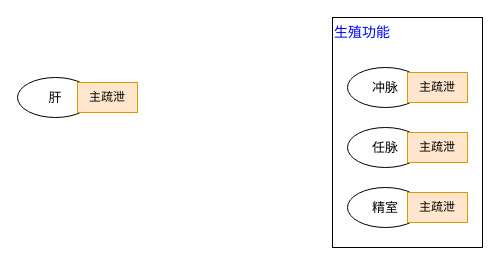
This is 医门推敲叁/中医藏象学说/藏象学说之肝/肝的生理功能/005肝的调节生殖功能.drawio from 328507133/chart, a draw.io file, before an edit. Source tidied: cells renumbered, new cells numbered last; positions are measured from the earlier drawing's top-left corner, leaving out a move shared by most shapes. Both pictures are drawn from the tidied source at 100%, with x=0, y=0 at pixel (17, 17).
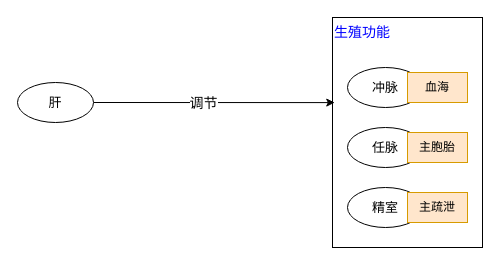
Above is the later version.

Commit message (it also covers changes not shown here):
更新005肝的调节生殖功能.drawio

Diff of the diagram source:
```diff
@@
 <mxGraphModel>
   <root>
     <mxCell id="0" />
     <mxCell id="1" parent="0" />
     <mxCell id="2" style="rounded=0;whiteSpace=wrap;html=1;" parent="1" vertex="1">
       <mxGeometry x="315" width="150" height="230" as="geometry" />
     </mxCell>
-    <mxCell id="3" style="group;" parent="1" vertex="1">
-      <mxGeometry y="60" width="120" height="40" as="geometry" />
-    </mxCell>
-    <mxCell id="4" value="肝" style="ellipse;whiteSpace=wrap;html=1;fontSize=13;" parent="3" vertex="1">
-      <mxGeometry width="76" height="40" as="geometry" />
-    </mxCell>
-    <mxCell id="5" style="endArrow=classic;html=1;rounded=0;exitX=1;exitY=0.5;exitDx=0;exitDy=0;" parent="3" edge="1" source="4" target="6">
-      <mxGeometry relative="1" as="geometry" />
-    </mxCell>
-    <mxCell id="6" value="主疏泄" style="text;html=1;strokeColor=#d79b00;fillColor=#ffe6cc;align=center;verticalAlign=middle;whiteSpace=wrap;rounded=0;" parent="3" vertex="1">
-      <mxGeometry x="60" y="5" width="60" height="30" as="geometry" />
-    </mxCell>
     <mxCell id="7" style="group;" parent="1" vertex="1">
       <mxGeometry x="330" y="50" width="120" height="40" as="geometry" />
     </mxCell>
     <mxCell id="8" value="冲脉" style="ellipse;whiteSpace=wrap;html=1;fontSize=13;" parent="7" vertex="1">
       <mxGeometry width="76" height="40" as="geometry" />
     </mxCell>
     <mxCell id="9" style="endArrow=classic;html=1;rounded=0;exitX=1;exitY=0.5;exitDx=0;exitDy=0;" parent="7" edge="1" source="8" target="10">
       <mxGeometry relative="1" as="geometry" />
     </mxCell>
-    <mxCell id="10" value="主疏泄" style="text;html=1;strokeColor=#d79b00;fillColor=#ffe6cc;align=center;verticalAlign=middle;whiteSpace=wrap;rounded=0;" parent="7" vertex="1">
+    <mxCell id="10" value="血海" style="text;html=1;strokeColor=#d79b00;fillColor=#ffe6cc;align=center;verticalAlign=middle;whiteSpace=wrap;rounded=0;" parent="7" vertex="1">
       <mxGeometry x="60" y="5" width="60" height="30" as="geometry" />
     </mxCell>
     <mxCell id="11" style="group;" parent="1" vertex="1">
       <mxGeometry x="330" y="110" width="120" height="40" as="geometry" />
     </mxCell>
     <mxCell id="12" value="任脉" style="ellipse;whiteSpace=wrap;html=1;fontSize=13;" parent="11" vertex="1">
       <mxGeometry width="76" height="40" as="geometry" />
     </mxCell>
     <mxCell id="13" style="endArrow=classic;html=1;rounded=0;exitX=1;exitY=0.5;exitDx=0;exitDy=0;" parent="11" edge="1" source="12" target="14">
       <mxGeometry relative="1" as="geometry" />
     </mxCell>
-    <mxCell id="14" value="主疏泄" style="text;html=1;strokeColor=#d79b00;fillColor=#ffe6cc;align=center;verticalAlign=middle;whiteSpace=wrap;rounded=0;" parent="11" vertex="1">
+    <mxCell id="14" value="主胞胎" style="text;html=1;strokeColor=#d79b00;fillColor=#ffe6cc;align=center;verticalAlign=middle;whiteSpace=wrap;rounded=0;" parent="11" vertex="1">
       <mxGeometry x="60" y="5" width="60" height="30" as="geometry" />
     </mxCell>
     <mxCell id="15" style="group;" parent="1" vertex="1">
       <mxGeometry x="330" y="170" width="120" height="40" as="geometry" />
     </mxCell>
     <mxCell id="16" value="精室" style="ellipse;whiteSpace=wrap;html=1;fontSize=13;" parent="15" vertex="1">
       <mxGeometry width="76" height="40" as="geometry" />
     </mxCell>
     <mxCell id="17" style="endArrow=classic;html=1;rounded=0;exitX=1;exitY=0.5;exitDx=0;exitDy=0;" parent="15" edge="1" source="16" target="18">
       <mxGeometry relative="1" as="geometry" />
     </mxCell>
     <mxCell id="18" value="主疏泄" style="text;html=1;strokeColor=#d79b00;fillColor=#ffe6cc;align=center;verticalAlign=middle;whiteSpace=wrap;rounded=0;" parent="15" vertex="1">
       <mxGeometry x="60" y="5" width="60" height="30" as="geometry" />
     </mxCell>
     <mxCell id="19" value="生殖功能" style="text;html=1;strokeColor=none;fillColor=none;align=center;verticalAlign=middle;whiteSpace=wrap;rounded=0;fontSize=14;fontColor=#0000FF;" parent="1" vertex="1">
       <mxGeometry x="315" width="60" height="30" as="geometry" />
     </mxCell>
+    <mxCell id="5" style="endArrow=classic;html=1;rounded=0;exitX=1;exitY=0.5;exitDx=0;exitDy=0;entryX=0.015;entryY=0.37;entryDx=0;entryDy=0;entryPerimeter=0;" parent="1" edge="1" source="4" target="2">
+      <mxGeometry relative="1" as="geometry" />
+    </mxCell>
+    <mxCell id="20" value="调节" style="edgeLabel;html=1;align=center;verticalAlign=middle;fontSize=14;" parent="5" vertex="1">
+      <mxGeometry x="-0.09" relative="1" as="geometry" />
+    </mxCell>
+    <mxCell id="4" value="肝" style="ellipse;whiteSpace=wrap;html=1;fontSize=13;" parent="1" vertex="1">
+      <mxGeometry y="65" width="76" height="40" as="geometry" />
+    </mxCell>
   </root>
 </mxGraphModel>
```
